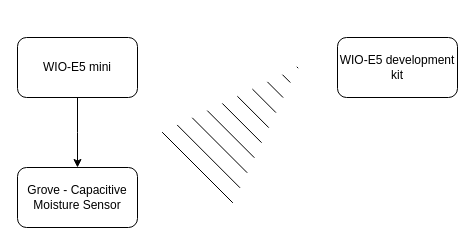
This is Untitled Diagram.drawio from czarekrzema/data_upload, a draw.io file, before an edit. Source tidied: cells renumbered, new cells numbered last; positions are measured from the earlier drawing's top-left corner, leaving out a move shared by most shapes. Both pictures are drawn from the tidied source at 100%, with x=0, y=0 at pixel (17, 37).
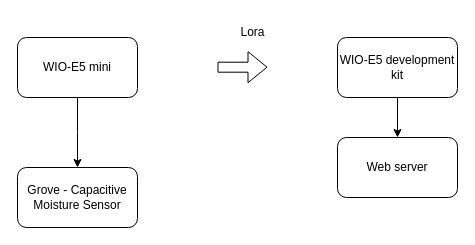
The same diagram, later.

Change to the diagram source:
```diff
@@
 <mxGraphModel>
   <root>
     <mxCell id="0" />
     <mxCell id="1" parent="0" />
     <mxCell id="2" value="WIO-E5 mini" style="rounded=1;whiteSpace=wrap;html=1;" parent="1" vertex="1">
       <mxGeometry width="120" height="60" as="geometry" />
     </mxCell>
     <mxCell id="3" value="Grove - Capacitive Moisture Sensor" style="rounded=1;whiteSpace=wrap;html=1;" parent="1" vertex="1">
       <mxGeometry y="130" width="120" height="60" as="geometry" />
     </mxCell>
     <mxCell id="4" style="edgeStyle=orthogonalEdgeStyle;rounded=0;jettySize=auto;html=1;" parent="1" edge="1" source="2">
       <mxGeometry relative="1" as="geometry">
         <mxPoint x="60" y="130" as="targetPoint" />
       </mxGeometry>
     </mxCell>
+    <mxCell id="7" style="edgeStyle=orthogonalEdgeStyle;rounded=0;jettySize=auto;html=1;" parent="1" edge="1" source="5" target="10">
+      <mxGeometry relative="1" as="geometry" />
+    </mxCell>
     <mxCell id="5" value="WIO-E5 development kit" style="rounded=1;whiteSpace=wrap;html=1;" parent="1" vertex="1">
       <mxGeometry x="320" width="120" height="60" as="geometry" />
     </mxCell>
-    <mxCell id="6" style="shape=mxgraph.arrows2.wedgeArrowDashed2;html=1;startWidth=50;stepSize=15;rounded=0;" parent="1" edge="1">
-      <mxGeometry relative="1" as="geometry">
-        <mxPoint x="180" y="130" as="sourcePoint" />
-        <mxPoint x="280" y="30" as="targetPoint" />
-      </mxGeometry>
-    </mxCell>
+    <mxCell id="8" style="shape=flexArrow;endArrow=classic;html=1;rounded=0;endSize=6;" parent="1" edge="1">
+      <mxGeometry relative="1" as="geometry">
+        <mxPoint x="200" y="29.7" as="sourcePoint" />
+        <mxPoint x="250" y="29.7" as="targetPoint" />
+      </mxGeometry>
+    </mxCell>
+    <mxCell id="9" value="Lora" style="text;html=1;align=center;verticalAlign=middle;strokeColor=none;fillColor=none;" parent="1" vertex="1">
+      <mxGeometry x="210" y="-20" width="50" height="30" as="geometry" />
+    </mxCell>
+    <mxCell id="10" value="Web server" style="rounded=1;whiteSpace=wrap;html=1;" parent="1" vertex="1">
+      <mxGeometry x="320" y="100" width="120" height="60" as="geometry" />
+    </mxCell>
   </root>
 </mxGraphModel>
```
